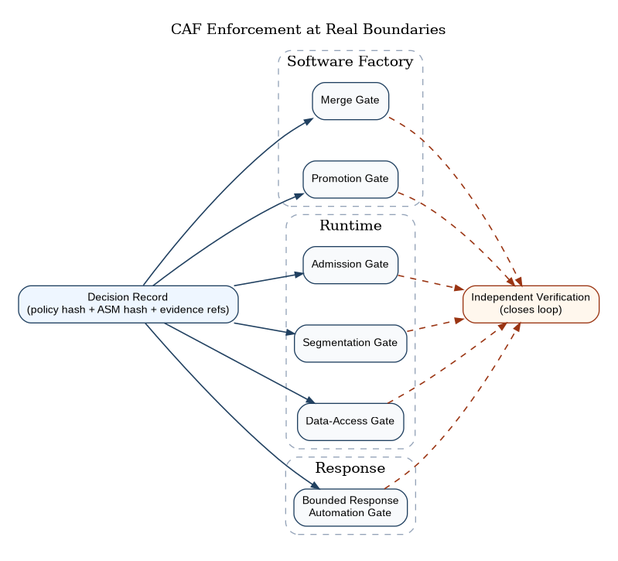
The Graphviz diagram papers/caf-ra/diagrams/caf_enforcement_boundaries.png in anboas/Whitepaper, before a commit. Its source is kept beside it as papers/caf-ra/diagrams-src/caf_enforcement_boundaries.dot. Its diagram source:
```dot
digraph CAFBoundaries {
  rankdir=LR;
  graph [bgcolor="white", pad="0.25", nodesep="0.55", ranksep="0.65", labelloc="t", label="CAF Enforcement at Real Boundaries"];
  node [shape=box, style="rounded,filled", fillcolor="#F8FAFC", color="#204060", fontname="Arial", fontsize=10.5];
  edge [color="#204060", arrowsize=0.75, penwidth=1.2];

  Decision [label="Decision Record\n(policy hash + ASM hash + evidence refs)", fillcolor="#EEF6FF"];

  subgraph cluster_factory {
    label="Software Factory";
    color="#94A3B8";
    style="rounded,dashed";
    Merge [label="Merge Gate"];
    Promote [label="Promotion Gate"];
  }

  subgraph cluster_runtime {
    label="Runtime";
    color="#94A3B8";
    style="rounded,dashed";
    Admission [label="Admission Gate"];
    Segment [label="Segmentation Gate"];
    Data [label="Data-Access Gate"];
  }

  subgraph cluster_response {
    label="Response";
    color="#94A3B8";
    style="rounded,dashed";
    Response [label="Bounded Response\nAutomation Gate"];
  }

  Verify [label="Independent Verification\n(closes loop)", fillcolor="#FFF7ED", color="#9A3412"];

  Decision -> Merge;
  Decision -> Promote;
  Decision -> Admission;
  Decision -> Segment;
  Decision -> Data;
  Decision -> Response;

  Merge -> Verify [style=dashed, color="#9A3412"];
  Promote -> Verify [style=dashed, color="#9A3412"];
  Admission -> Verify [style=dashed, color="#9A3412"];
  Segment -> Verify [style=dashed, color="#9A3412"];
  Data -> Verify [style=dashed, color="#9A3412"];
  Response -> Verify [style=dashed, color="#9A3412"];
}
```
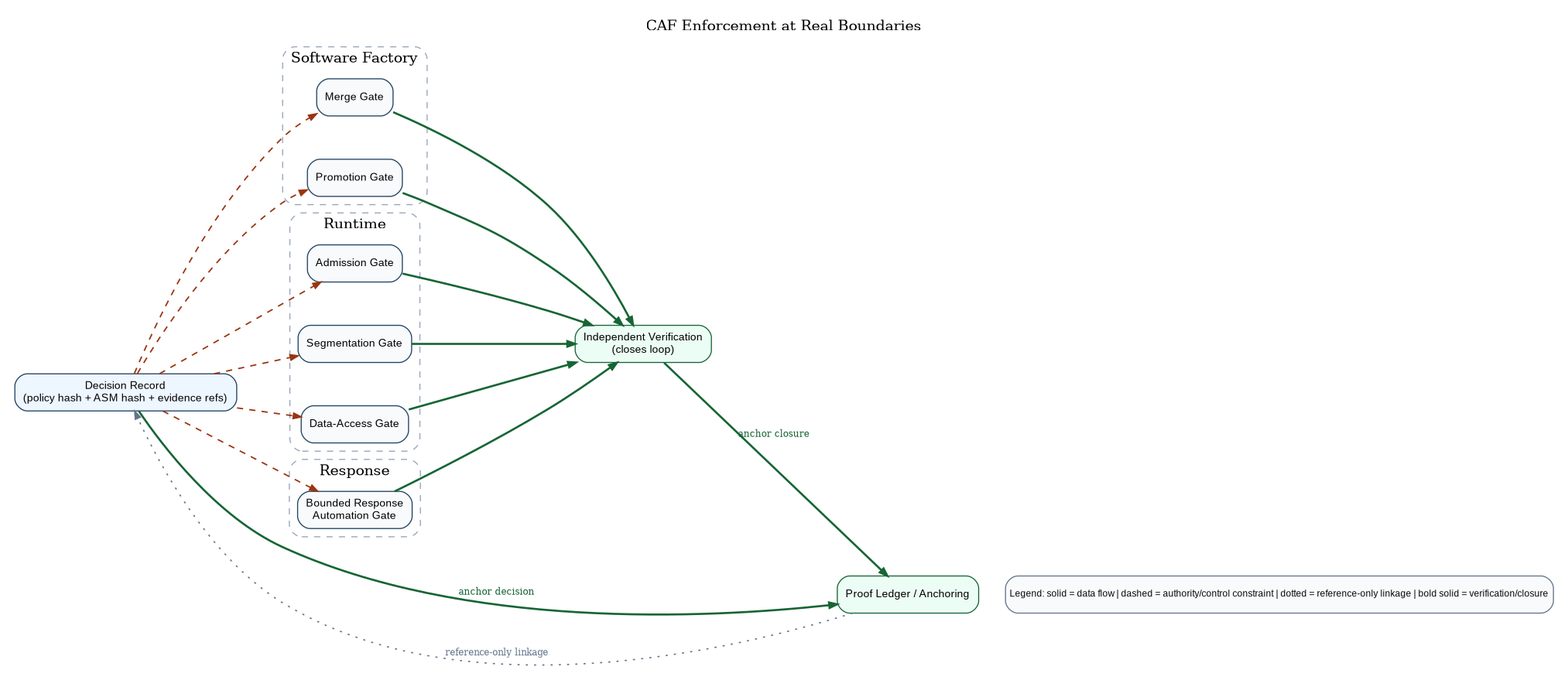
After the change.

Change to the diagram source:
```diff
@@ -1,8 +1,16 @@
 digraph CAFBoundaries {
   rankdir=LR;
-  graph [bgcolor="white", pad="0.25", nodesep="0.55", ranksep="0.65", labelloc="t", label="CAF Enforcement at Real Boundaries"];
-  node [shape=box, style="rounded,filled", fillcolor="#F8FAFC", color="#204060", fontname="Arial", fontsize=10.5];
-  edge [color="#204060", arrowsize=0.75, penwidth=1.2];
+  graph [
+    bgcolor="white",
+    pad="0.20",
+    nodesep="0.58",
+    ranksep="0.72",
+    labelloc="t",
+    label="CAF Enforcement at Real Boundaries"
+  ];
+
+  node [shape=box, style="rounded,filled", fillcolor="#F8FAFC", color="#204060", fontname="Arial", fontsize=10.8];
+  edge [color="#204060", arrowsize=0.76, penwidth=1.25];
 
   Decision [label="Decision Record\n(policy hash + ASM hash + evidence refs)", fillcolor="#EEF6FF"];
 
@@ -30,19 +38,38 @@
     Response [label="Bounded Response\nAutomation Gate"];
   }
 
-  Verify [label="Independent Verification\n(closes loop)", fillcolor="#FFF7ED", color="#9A3412"];
+  Verify [label="Independent Verification\n(closes loop)", fillcolor="#ECFDF5", color="#166534"];
+  Ledger [label="Proof Ledger / Anchoring", fillcolor="#ECFDF5", color="#166534"];
 
-  Decision -> Merge;
-  Decision -> Promote;
-  Decision -> Admission;
-  Decision -> Segment;
-  Decision -> Data;
-  Decision -> Response;
+  Decision -> Merge [style=dashed, color="#9A3412", penwidth=1.35];
+  Decision -> Promote [style=dashed, color="#9A3412", penwidth=1.35];
+  Decision -> Admission [style=dashed, color="#9A3412", penwidth=1.35];
+  Decision -> Segment [style=dashed, color="#9A3412", penwidth=1.35];
+  Decision -> Data [style=dashed, color="#9A3412", penwidth=1.35];
+  Decision -> Response [style=dashed, color="#9A3412", penwidth=1.35];
 
-  Merge -> Verify [style=dashed, color="#9A3412"];
-  Promote -> Verify [style=dashed, color="#9A3412"];
-  Admission -> Verify [style=dashed, color="#9A3412"];
-  Segment -> Verify [style=dashed, color="#9A3412"];
-  Data -> Verify [style=dashed, color="#9A3412"];
-  Response -> Verify [style=dashed, color="#9A3412"];
+  Merge -> Verify [style=bold, color="#166534", penwidth=2.0];
+  Promote -> Verify [style=bold, color="#166534", penwidth=2.0];
+  Admission -> Verify [style=bold, color="#166534", penwidth=2.0];
+  Segment -> Verify [style=bold, color="#166534", penwidth=2.0];
+  Data -> Verify [style=bold, color="#166534", penwidth=2.0];
+  Response -> Verify [style=bold, color="#166534", penwidth=2.0];
+
+  Decision -> Ledger [style=bold, color="#166534", penwidth=2.0, label="anchor decision", fontsize=9.0, fontcolor="#166534"];
+  Verify -> Ledger [style=bold, color="#166534", penwidth=2.0, label="anchor closure", fontsize=9.0, fontcolor="#166534"];
+  Ledger -> Decision [style=dotted, color="#64748B", label="reference-only linkage", fontsize=8.7, fontcolor="#64748B"];
+
+  Legend [
+    shape=box,
+    style="rounded,filled",
+    fillcolor="#F8FAFC",
+    color="#64748B",
+    fontname="Arial",
+    fontsize=8.8,
+    margin="0.06,0.05",
+    label="Legend: solid = data flow | dashed = authority/control constraint | dotted = reference-only linkage | bold solid = verification/closure"
+  ];
+
+  { rank=sink; Legend; }
+  Ledger -> Legend [style=invis, weight=0.01, constraint=false];
 }
```
